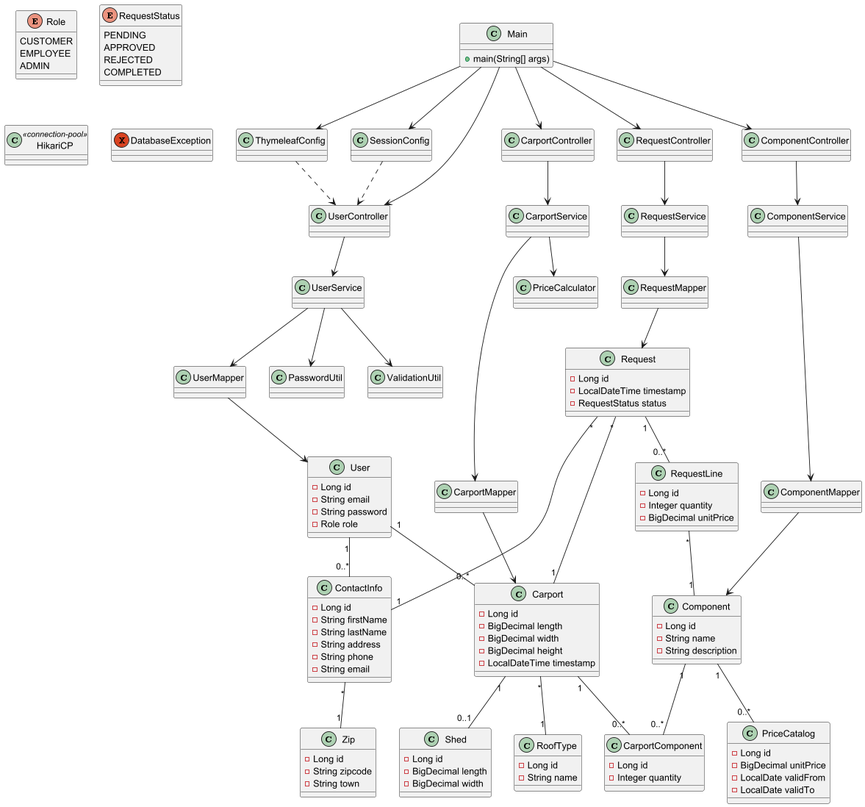
Earlier version of the PlantUML export docs/ClassDiagram.png (LoveBytes25/Carport). The source it was exported from:
```plantuml
@startuml


class Main {
+ main(String[] args)
}


class ThymeleafConfig {
}

class SessionConfig {
}


enum Role {
  CUSTOMER
  EMPLOYEE
  ADMIN
}

enum RequestStatus {
  PENDING
  APPROVED
  REJECTED
  COMPLETED
}


class User {
  - Long id
  - String email
  - String password
  - Role role
}

class ContactInfo {
  - Long id
  - String firstName
  - String lastName
  - String address
  - String phone
  - String email
}

class Zip {
  - Long id
  - String zipcode
  - String town
}

class Request {
  - Long id
  - LocalDateTime timestamp
  - RequestStatus status
}

class RequestLine {
  - Long id
  - Integer quantity
  - BigDecimal unitPrice
}

class Component {
  - Long id
  - String name
  - String description
}

class PriceCatalog {
  - Long id
  - BigDecimal unitPrice
  - LocalDate validFrom
  - LocalDate validTo
}

class Carport {
  - Long id
  - BigDecimal length
  - BigDecimal width
  - BigDecimal height
  - LocalDateTime timestamp
}

class CarportComponent {
  - Long id
  - Integer quantity
}

class Shed {
  - Long id
  - BigDecimal length
  - BigDecimal width
}

class RoofType {
  - Long id
  - String name
}


class UserMapper
class CarportMapper
class RequestMapper
class ComponentMapper

class HikariCP <<connection-pool>>


class UserService
class CarportService
class RequestService
class ComponentService


class UserController
class CarportController
class RequestController
class ComponentController


class PasswordUtil
class PriceCalculator
class ValidationUtil


exception DatabaseException


User "1" -- "0..*" ContactInfo
User "1" -- "0..*" Carport

ContactInfo "*" -- "1" Zip

Request "*" -- "1" Carport
Request "*" -- "1" ContactInfo

Request "1" -- "0..*" RequestLine
RequestLine "*" -- "1" Component

Component "1" -- "0..*" PriceCatalog

Carport "*" -- "1" RoofType
Carport "1" -- "0..1" Shed

Carport "1" -- "0..*" CarportComponent
Component "1" -- "0..*" CarportComponent


UserController --> UserService
CarportController --> CarportService
RequestController --> RequestService
ComponentController --> ComponentService


UserService --> UserMapper
CarportService --> CarportMapper
RequestService --> RequestMapper
ComponentService --> ComponentMapper


UserMapper --> User
CarportMapper --> Carport
RequestMapper --> Request
ComponentMapper --> Component


UserService --> PasswordUtil
CarportService --> PriceCalculator
UserService --> ValidationUtil


SessionConfig ..> UserController
ThymeleafConfig ..> UserController


Main --> ThymeleafConfig
Main --> SessionConfig
Main --> UserController
Main --> CarportController
Main --> RequestController
Main --> ComponentController

@enduml
```
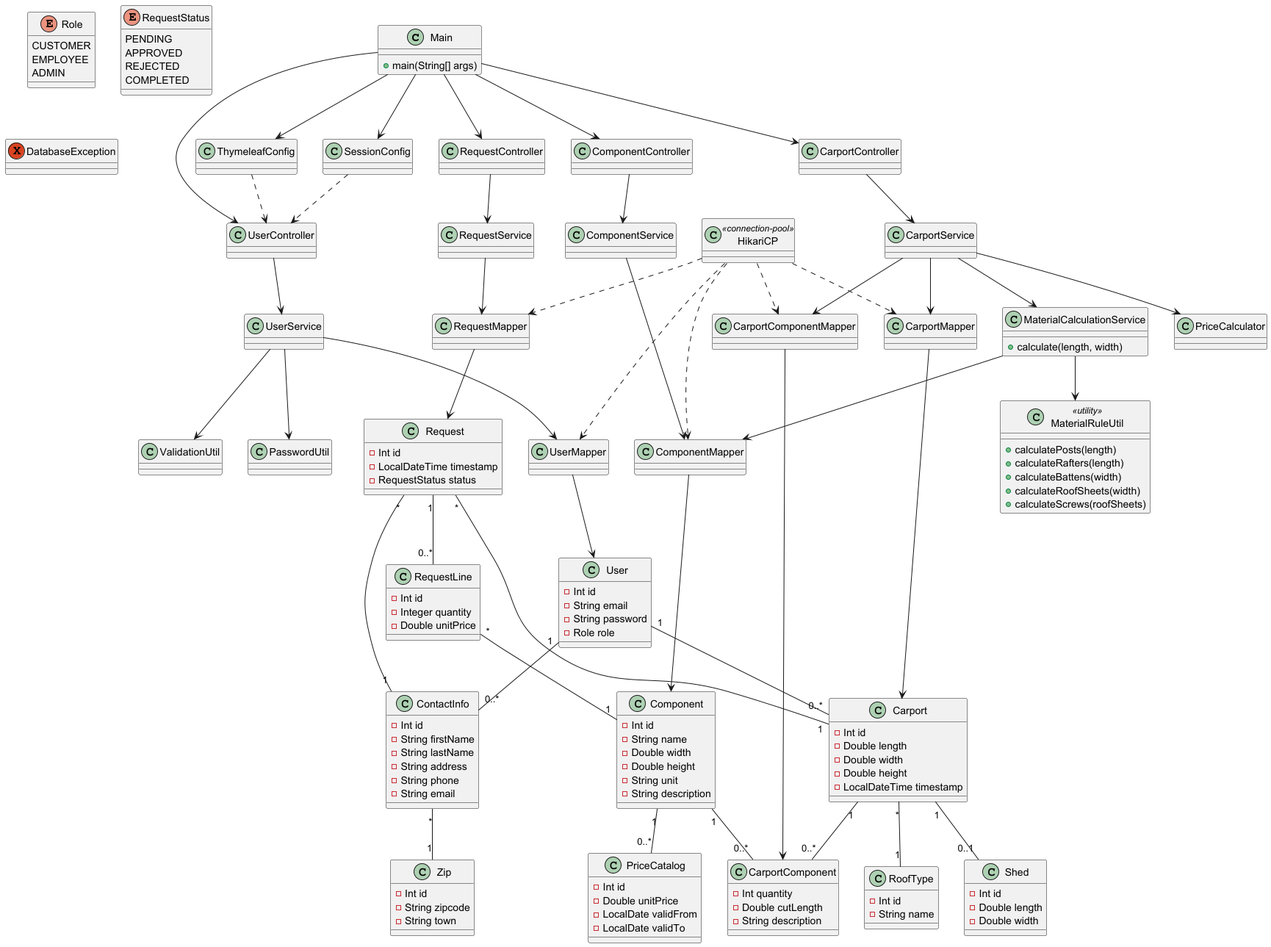
After the commit.

Commit message:
updated class diagram UML picture in docs

The edit, as a diff of the source:
```diff
@@ -11,6 +11,8 @@
 
 class SessionConfig {
 }
+
+class HikariCP <<connection-pool>>
 
 
 enum Role {
@@ -28,14 +30,14 @@
 
 
 class User {
-  - Long id
+  - Int id
   - String email
   - String password
   - Role role
 }
 
 class ContactInfo {
-  - Long id
+  - Int id
   - String firstName
   - String lastName
   - String address
@@ -44,73 +46,83 @@
 }
 
 class Zip {
-  - Long id
+  - Int id
   - String zipcode
   - String town
 }
 
 class Request {
-  - Long id
+  - Int id
   - LocalDateTime timestamp
   - RequestStatus status
 }
 
 class RequestLine {
-  - Long id
+  - Int id
   - Integer quantity
-  - BigDecimal unitPrice
+  - Double unitPrice
 }
 
 class Component {
-  - Long id
+  - Int id
   - String name
+  - Double width
+  - Double height
+  - String unit
   - String description
 }
 
 class PriceCatalog {
-  - Long id
-  - BigDecimal unitPrice
+  - Int id
+  - Double unitPrice
   - LocalDate validFrom
   - LocalDate validTo
 }
 
 class Carport {
-  - Long id
-  - BigDecimal length
-  - BigDecimal width
-  - BigDecimal height
+  - Int id
+  - Double length
+  - Double width
+  - Double height
   - LocalDateTime timestamp
 }
 
 class CarportComponent {
-  - Long id
-  - Integer quantity
+  - Int quantity
+  - Double cutLength
+  - String description
 }
 
 class Shed {
-  - Long id
-  - BigDecimal length
-  - BigDecimal width
+  - Int id
+  - Double length
+  - Double width
 }
 
 class RoofType {
-  - Long id
+  - Int id
   - String name
 }
 
 
 class UserMapper
 class CarportMapper
+class CarportComponentMapper
 class RequestMapper
 class ComponentMapper
 
-class HikariCP <<connection-pool>>
-
 
 class UserService
+
 class CarportService
+
 class RequestService
+
 class ComponentService
+
+class MaterialCalculationService {
+  + calculate(length, width)
+}
 
 
 class UserController
@@ -120,8 +132,18 @@
 
 
 class PasswordUtil
+
 class PriceCalculator
+
 class ValidationUtil
+
+class MaterialRuleUtil <<utility>> {
+  + calculatePosts(length)
+  + calculateRafters(length)
+  + calculateBattens(width)
+  + calculateRoofSheets(width)
+  + calculateScrews(roofSheets)
+}
 
 
 exception DatabaseException
@@ -154,28 +176,45 @@
 
 
 UserService --> UserMapper
+
 CarportService --> CarportMapper
+CarportService --> CarportComponentMapper
+CarportService --> MaterialCalculationService
+
 RequestService --> RequestMapper
+
 ComponentService --> ComponentMapper
+
+MaterialCalculationService --> ComponentMapper
+MaterialCalculationService --> MaterialRuleUtil
 
 
 UserMapper --> User
 CarportMapper --> Carport
+CarportComponentMapper --> CarportComponent
 RequestMapper --> Request
 ComponentMapper --> Component
 
 
 UserService --> PasswordUtil
+UserService --> ValidationUtil
+
 CarportService --> PriceCalculator
-UserService --> ValidationUtil
 
 
 SessionConfig ..> UserController
 ThymeleafConfig ..> UserController
 
+HikariCP ..> UserMapper
+HikariCP ..> CarportMapper
+HikariCP ..> RequestMapper
+HikariCP ..> ComponentMapper
+HikariCP ..> CarportComponentMapper
+
 
 Main --> ThymeleafConfig
 Main --> SessionConfig
+
 Main --> UserController
 Main --> CarportController
 Main --> RequestController
```
